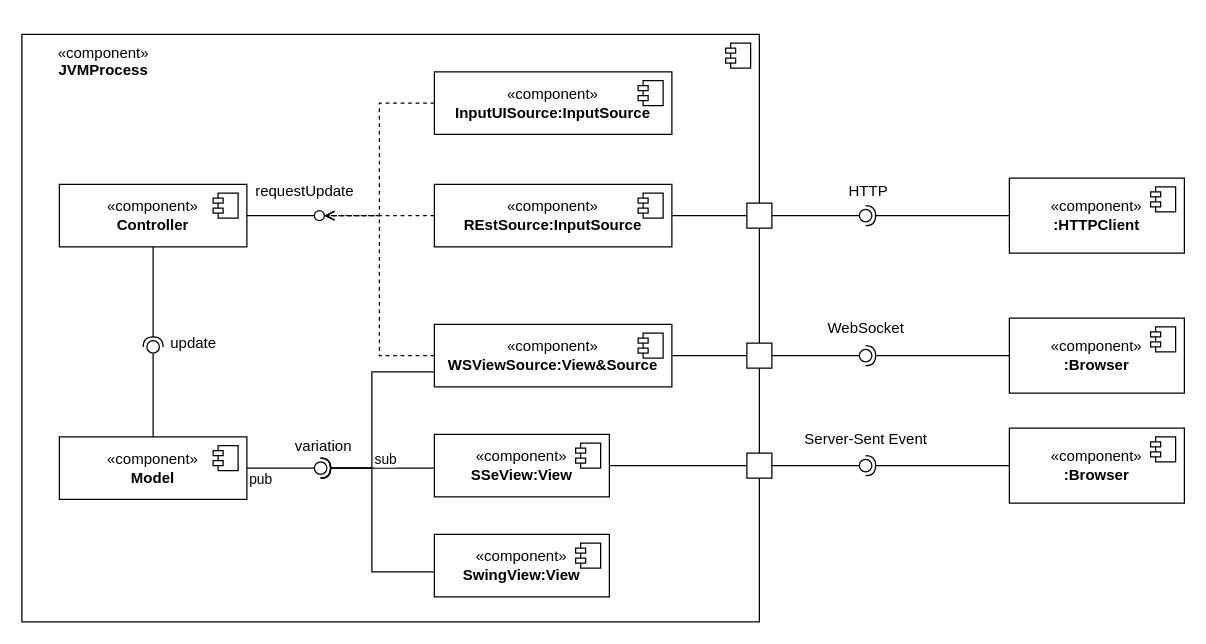
Above: page "runtime" (2 of 2) of schema.drawio in manuandru/sap-assignment-01 (draw.io), before the change. Source tidied: cells renumbered, new cells numbered last; positions are measured from the earlier drawing's top-left corner, leaving out a move shared by most shapes. Both pictures are drawn from the tidied source at 125%, with x=0, y=0 at pixel (21, 34).
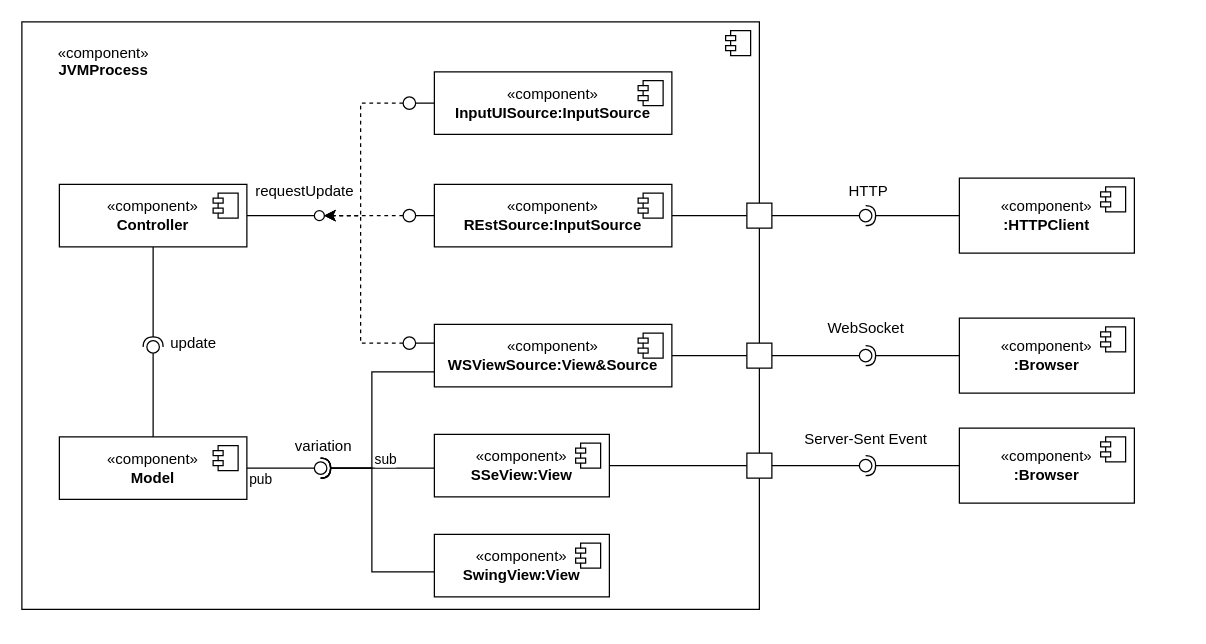
The same page after the edit.

Unchanged cells that the change refers to:
```xml
<mxCell id="24" value="«component»&lt;br&gt;&lt;b&gt;WSViewSource:View&amp;amp;Source&lt;br&gt;&lt;/b&gt;" style="html=1;whiteSpace=wrap;" parent="1" vertex="1">
  <mxGeometry x="330" y="232" width="190" height="50" as="geometry" />
</mxCell>
<mxCell id="38" value="«component»&lt;br&gt;&lt;b&gt;REstSource:InputSource&lt;br&gt;&lt;/b&gt;" style="html=1;whiteSpace=wrap;" parent="1" vertex="1">
  <mxGeometry x="330" y="120" width="190" height="50" as="geometry" />
</mxCell>
<mxCell id="41" value="«component»&lt;br&gt;&lt;b&gt;InputUISource:InputSource&lt;br&gt;&lt;/b&gt;" style="html=1;whiteSpace=wrap;" parent="1" vertex="1">
  <mxGeometry x="330" y="30" width="190" height="50" as="geometry" />
</mxCell>
<mxCell id="43" style="ellipse;whiteSpace=wrap;html=1;" parent="1" vertex="1">
  <mxGeometry x="234" y="141" width="8" height="8" as="geometry" />
</mxCell>
```

Diff of the diagram source:
```diff
@@
     <mxCell id="2" style="html=1;whiteSpace=wrap;" parent="1" vertex="1">
-      <mxGeometry width="590" height="470" as="geometry" />
+      <mxGeometry y="-10" width="590" height="470" as="geometry" />
     </mxCell>
@@
-    <mxCell id="22" style="edgeStyle=orthogonalEdgeStyle;rounded=0;jettySize=auto;html=1;entryX=1;entryY=0.5;entryDx=0;entryDy=0;dashed=1;endArrow=open;endFill=0;" parent="1" edge="1" source="24" target="43">
-      <mxGeometry relative="1" as="geometry" />
-    </mxCell>
@@
-    <mxCell id="36" style="edgeStyle=orthogonalEdgeStyle;rounded=0;jettySize=auto;html=1;entryX=1;entryY=0.5;entryDx=0;entryDy=0;dashed=1;endArrow=open;endFill=0;" parent="1" edge="1" source="38" target="43">
-      <mxGeometry relative="1" as="geometry" />
-    </mxCell>
@@
-    <mxCell id="40" style="edgeStyle=orthogonalEdgeStyle;rounded=0;jettySize=auto;html=1;entryX=1;entryY=0.5;entryDx=0;entryDy=0;dashed=1;endArrow=open;endFill=0;" parent="1" edge="1" source="41" target="43">
-      <mxGeometry relative="1" as="geometry" />
-    </mxCell>
@@
     <mxCell id="52" value="«component»&lt;br&gt;&lt;b&gt;:HTTPClient&lt;/b&gt;" style="html=1;whiteSpace=wrap;" parent="1" vertex="1">
-      <mxGeometry x="790" y="115" width="140" height="60" as="geometry" />
+      <mxGeometry x="750" y="115" width="140" height="60" as="geometry" />
     </mxCell>
@@
     <mxCell id="54" value="«component»&lt;br&gt;&lt;b&gt;:Browser&lt;/b&gt;" style="html=1;whiteSpace=wrap;" parent="1" vertex="1">
-      <mxGeometry x="790" y="227" width="140" height="60" as="geometry" />
+      <mxGeometry x="750" y="227" width="140" height="60" as="geometry" />
     </mxCell>
@@
     <mxCell id="56" value="«component»&lt;br&gt;&lt;b&gt;:Browser&lt;/b&gt;" style="html=1;whiteSpace=wrap;" parent="1" vertex="1">
-      <mxGeometry x="790" y="315" width="140" height="60" as="geometry" />
+      <mxGeometry x="750" y="315" width="140" height="60" as="geometry" />
     </mxCell>
@@
+    <mxCell id="67" style="rounded=0;orthogonalLoop=1;jettySize=auto;html=1;endArrow=oval;endFill=0;sketch=0;sourcePerimeterSpacing=0;targetPerimeterSpacing=0;endSize=10;" parent="1" edge="1">
+      <mxGeometry relative="1" as="geometry">
+        <mxPoint x="330" y="247" as="sourcePoint" />
+        <mxPoint x="310" y="247" as="targetPoint" />
+      </mxGeometry>
+    </mxCell>
+    <mxCell id="68" style="ellipse;whiteSpace=wrap;html=1;align=center;fillColor=none;strokeColor=none;perimeter=centerPerimeter;points=[];outlineConnect=1;" parent="1" vertex="1">
+      <mxGeometry x="300" y="242" width="10" height="10" as="geometry" />
+    </mxCell>
+    <mxCell id="69" style="rounded=0;orthogonalLoop=1;jettySize=auto;html=1;endArrow=oval;endFill=0;sketch=0;sourcePerimeterSpacing=0;targetPerimeterSpacing=0;endSize=10;" parent="1" edge="1">
+      <mxGeometry relative="1" as="geometry">
+        <mxPoint x="330" y="145" as="sourcePoint" />
+        <mxPoint x="310" y="145" as="targetPoint" />
+      </mxGeometry>
+    </mxCell>
+    <mxCell id="70" style="ellipse;whiteSpace=wrap;html=1;align=center;fillColor=none;strokeColor=none;perimeter=centerPerimeter;points=[];outlineConnect=1;" parent="1" vertex="1">
+      <mxGeometry x="300" y="140" width="10" height="10" as="geometry" />
+    </mxCell>
+    <mxCell id="71" style="rounded=0;orthogonalLoop=1;jettySize=auto;html=1;endArrow=oval;endFill=0;sketch=0;sourcePerimeterSpacing=0;targetPerimeterSpacing=0;endSize=10;" parent="1" edge="1">
+      <mxGeometry relative="1" as="geometry">
+        <mxPoint x="330" y="55" as="sourcePoint" />
+        <mxPoint x="310" y="55" as="targetPoint" />
+      </mxGeometry>
+    </mxCell>
+    <mxCell id="72" style="ellipse;whiteSpace=wrap;html=1;align=center;fillColor=none;strokeColor=none;perimeter=centerPerimeter;points=[];outlineConnect=1;" parent="1" vertex="1">
+      <mxGeometry x="300" y="50" width="10" height="10" as="geometry" />
+    </mxCell>
+    <mxCell id="73" style="endArrow=classic;html=1;rounded=0;entryX=1;entryY=0.5;entryDx=0;entryDy=0;edgeStyle=orthogonalEdgeStyle;dashed=1;" parent="1" edge="1" source="68" target="43">
+      <mxGeometry relative="1" as="geometry" />
+    </mxCell>
+    <mxCell id="74" style="endArrow=classic;html=1;rounded=0;entryX=1;entryY=0.5;entryDx=0;entryDy=0;exitX=0.05;exitY=1.023;exitDx=0;exitDy=0;exitPerimeter=0;dashed=1;" parent="1" edge="1" source="70" target="43">
+      <mxGeometry relative="1" as="geometry" />
+    </mxCell>
+    <mxCell id="75" style="endArrow=classic;html=1;rounded=0;entryX=1;entryY=0.5;entryDx=0;entryDy=0;edgeStyle=orthogonalEdgeStyle;dashed=1;" parent="1" edge="1" source="72" target="43">
+      <mxGeometry relative="1" as="geometry" />
+    </mxCell>
```
